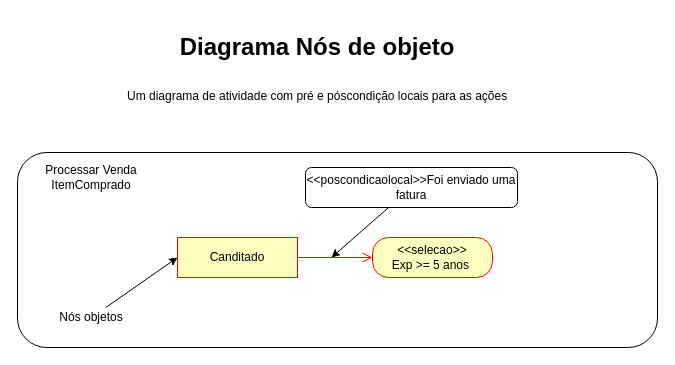
Earlier version of the draw.io diagram page "Diagrama com pré e póscondição" (3 of 7) of Outros/POO UML/Aula 3/Diagrama de atividades.drawio (luiscarlosjunior/aulas-graduacao). Source tidied: cells renumbered, new cells numbered last; positions are measured from the earlier drawing's top-left corner, leaving out a move shared by most shapes. Both pictures are drawn from the tidied source at 100%, with x=0, y=0 at pixel (17, 27).
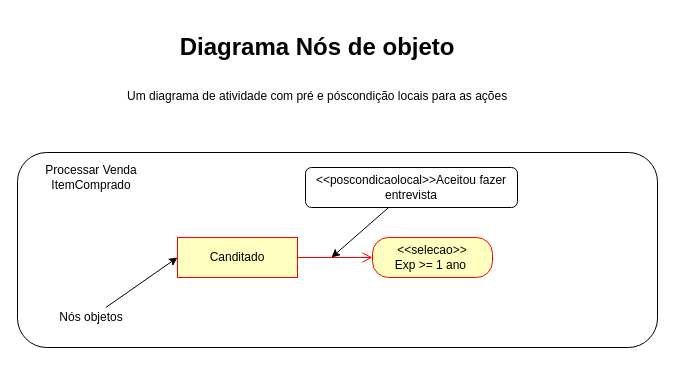
Above is the later version.

Diff of the diagram source:
```diff
@@
 <mxGraphModel>
   <root>
     <mxCell id="0" />
     <mxCell id="1" parent="0" />
     <mxCell id="2" style="rounded=1;whiteSpace=wrap;html=1;fillColor=none;" parent="1" vertex="1">
       <mxGeometry y="125" width="640" height="195" as="geometry" />
     </mxCell>
     <mxCell id="3" value="Canditado" style="rounded=1;whiteSpace=wrap;html=1;arcSize=0;fontColor=#000000;fillColor=#ffffc0;strokeColor=#ff0000;" parent="1" vertex="1">
       <mxGeometry x="160" y="210" width="120" height="40" as="geometry" />
     </mxCell>
     <mxCell id="4" style="edgeStyle=orthogonalEdgeStyle;html=1;verticalAlign=bottom;endArrow=open;endSize=8;strokeColor=#ff0000;entryX=0;entryY=0.5;entryDx=0;entryDy=0;" parent="1" edge="1" source="3" target="5">
       <mxGeometry relative="1" as="geometry" />
     </mxCell>
-    <mxCell id="5" value="&amp;lt;&amp;lt;selecao&amp;gt;&amp;gt;&lt;br&gt;Exp &amp;gt;= 5 anos&amp;nbsp;" style="rounded=1;whiteSpace=wrap;html=1;arcSize=40;fontColor=#000000;fillColor=#ffffc0;strokeColor=#ff0000;" parent="1" vertex="1">
+    <mxCell id="5" value="&amp;lt;&amp;lt;selecao&amp;gt;&amp;gt;&lt;br&gt;Exp &amp;gt;= 1 ano&amp;nbsp;" style="rounded=1;whiteSpace=wrap;html=1;arcSize=40;fontColor=#000000;fillColor=#ffffc0;strokeColor=#ff0000;" parent="1" vertex="1">
       <mxGeometry x="355" y="210" width="120" height="40" as="geometry" />
     </mxCell>
     <mxCell id="6" value="&lt;h1 style=&quot;text-align: center&quot;&gt;&lt;span&gt;Diagrama Nós de objeto&lt;/span&gt;&lt;/h1&gt;&lt;h1&gt;&lt;span style=&quot;font-size: 12px ; font-weight: 400&quot;&gt;Um diagrama de atividade com pré e póscondição locais para as ações&lt;/span&gt;&lt;/h1&gt;" style="text;html=1;strokeColor=none;fillColor=none;spacing=5;spacingTop=-20;whiteSpace=wrap;overflow=hidden;rounded=0;" parent="1" vertex="1">
       <mxGeometry x="105" width="430" height="110" as="geometry" />
     </mxCell>
     <mxCell id="7" value="Processar Venda&lt;br&gt;ItemComprado" style="text;html=1;strokeColor=none;fillColor=none;align=center;verticalAlign=middle;whiteSpace=wrap;rounded=0;" parent="1" vertex="1">
       <mxGeometry x="21" y="140" width="106" height="20" as="geometry" />
     </mxCell>
     <mxCell id="8" style="edgeStyle=none;rounded=0;jettySize=auto;html=1;" parent="1" edge="1" source="9">
       <mxGeometry relative="1" as="geometry">
         <mxPoint x="314" y="230" as="targetPoint" />
       </mxGeometry>
     </mxCell>
-    <mxCell id="9" value="&amp;lt;&amp;lt;poscondicaolocal&amp;gt;&amp;gt;Foi enviado uma fatura" style="text;html=1;fillColor=none;align=center;verticalAlign=middle;whiteSpace=wrap;rounded=1;strokeColor=#000000;" parent="1" vertex="1">
+    <mxCell id="9" value="&amp;lt;&amp;lt;poscondicaolocal&amp;gt;&amp;gt;Aceitou fazer entrevista" style="text;html=1;fillColor=none;align=center;verticalAlign=middle;whiteSpace=wrap;rounded=1;strokeColor=#000000;" parent="1" vertex="1">
       <mxGeometry x="288" y="140" width="212" height="40" as="geometry" />
     </mxCell>
     <mxCell id="10" style="edgeStyle=none;rounded=0;jettySize=auto;html=1;entryX=0;entryY=0.5;entryDx=0;entryDy=0;" parent="1" edge="1" source="11" target="3">
       <mxGeometry relative="1" as="geometry" />
     </mxCell>
     <mxCell id="11" value="Nós objetos" style="text;html=1;strokeColor=none;fillColor=none;align=center;verticalAlign=middle;whiteSpace=wrap;rounded=0;" parent="1" vertex="1">
       <mxGeometry x="21" y="280" width="106" height="20" as="geometry" />
     </mxCell>
   </root>
 </mxGraphModel>
```
